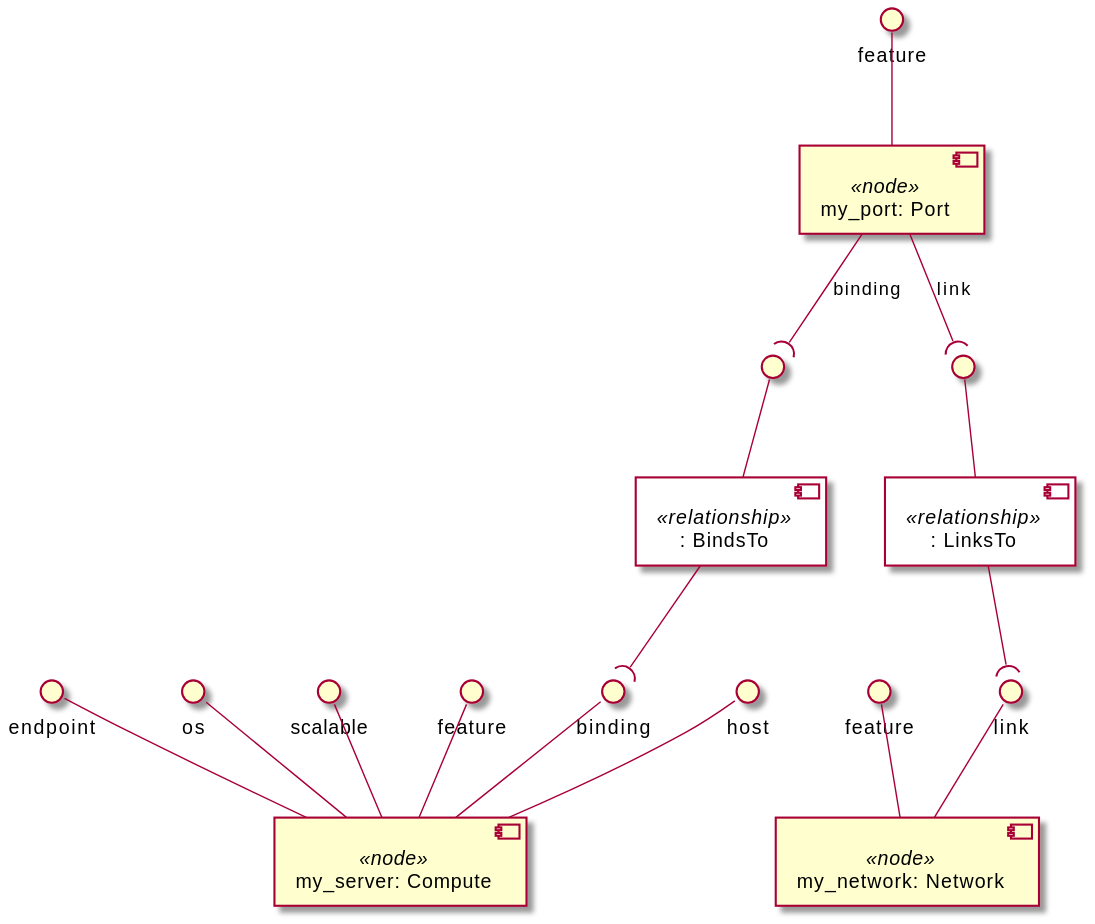
This is examples/ariatosca/diagrams/uml2/network-1-1.0-uml2-component-diagram2.svg from Orange-OpenSource/Cloudnet-TOSCA-toolbox, a PlantUML export, as it was before one commit. Source of this version:
```plantuml
@startuml
skinparam componentStyle uml2
skinparam component {
  backgroundColor<<relationship>> White
}

component "my_server: Compute" <<node>> as node_my_server
interface "feature" as node_my_server_feature
node_my_server_feature -- node_my_server
interface "host" as node_my_server_host
node_my_server_host -- node_my_server
interface "endpoint" as node_my_server_endpoint
node_my_server_endpoint -- node_my_server
interface "os" as node_my_server_os
node_my_server_os -- node_my_server
interface "scalable" as node_my_server_scalable
node_my_server_scalable -- node_my_server
interface "binding" as node_my_server_binding
node_my_server_binding -- node_my_server

component "my_network: Network" <<node>> as node_my_network
interface "feature" as node_my_network_feature
node_my_network_feature -- node_my_network
interface "link" as node_my_network_link
node_my_network_link -- node_my_network

component "my_port: Port" <<node>> as node_my_port
interface "feature" as node_my_port_feature
node_my_port_feature -- node_my_port
component ": BindsTo" <<relationship>> as node_my_port_binding_relationship0
interface " " as node_my_port_binding_relationship0_source
node_my_port_binding_relationship0_source -- node_my_port_binding_relationship0
node_my_port --( node_my_port_binding_relationship0_source : binding
component ": LinksTo" <<relationship>> as node_my_port_link_relationship1
interface " " as node_my_port_link_relationship1_source
node_my_port_link_relationship1_source -- node_my_port_link_relationship1
node_my_port --( node_my_port_link_relationship1_source : link

node_my_port_binding_relationship0 --( node_my_server_binding
node_my_port_link_relationship1 --( node_my_network_link
@enduml
```
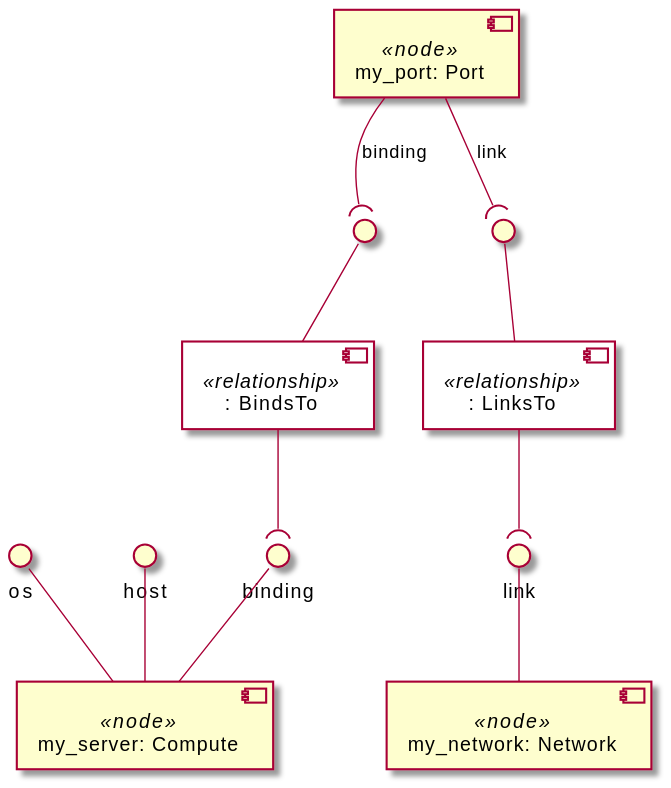
Later version of the same file.

Diff of the diagram source:
```diff
@@ -5,28 +5,18 @@
 }
 
 component "my_server: Compute" <<node>> as node_my_server
-interface "feature" as node_my_server_feature
-node_my_server_feature -- node_my_server
+interface "os" as node_my_server_os
+node_my_server_os -- node_my_server
 interface "host" as node_my_server_host
 node_my_server_host -- node_my_server
-interface "endpoint" as node_my_server_endpoint
-node_my_server_endpoint -- node_my_server
-interface "os" as node_my_server_os
-node_my_server_os -- node_my_server
-interface "scalable" as node_my_server_scalable
-node_my_server_scalable -- node_my_server
 interface "binding" as node_my_server_binding
 node_my_server_binding -- node_my_server
 
 component "my_network: Network" <<node>> as node_my_network
-interface "feature" as node_my_network_feature
-node_my_network_feature -- node_my_network
 interface "link" as node_my_network_link
 node_my_network_link -- node_my_network
 
 component "my_port: Port" <<node>> as node_my_port
-interface "feature" as node_my_port_feature
-node_my_port_feature -- node_my_port
 component ": BindsTo" <<relationship>> as node_my_port_binding_relationship0
 interface " " as node_my_port_binding_relationship0_source
 node_my_port_binding_relationship0_source -- node_my_port_binding_relationship0
```
